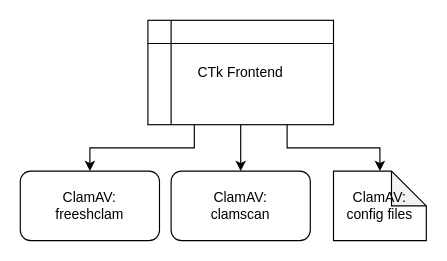
Earlier version of the draw.io diagram x_img/AVScanner.drawio (wrogner/AVScanner). Source tidied: cells renumbered, new cells numbered last; positions are measured from the earlier drawing's top-left corner, leaving out a move shared by most shapes. Both pictures are drawn from the tidied source at 116%, with x=0, y=0 at pixel (20, 20).
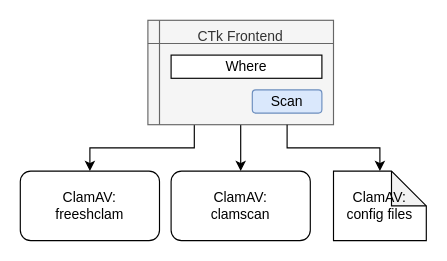
The same page after the edit.

The edit, as a diff of the source:
```diff
@@
 <mxGraphModel>
   <root>
     <mxCell id="0" />
     <mxCell id="1" parent="0" />
     <mxCell id="2" style="edgeStyle=orthogonalEdgeStyle;rounded=0;jettySize=auto;html=1;exitX=0.25;exitY=1;exitDx=0;exitDy=0;entryX=0.5;entryY=0;entryDx=0;entryDy=0;" parent="1" edge="1" source="4" target="6">
       <mxGeometry relative="1" as="geometry" />
     </mxCell>
     <mxCell id="3" style="edgeStyle=orthogonalEdgeStyle;rounded=0;jettySize=auto;html=1;exitX=0.5;exitY=1;exitDx=0;exitDy=0;entryX=0.5;entryY=0;entryDx=0;entryDy=0;" parent="1" edge="1" source="4" target="5">
       <mxGeometry relative="1" as="geometry" />
     </mxCell>
-    <mxCell id="4" value="CTk Frontend" style="shape=internalStorage;whiteSpace=wrap;html=1;backgroundOutline=1;" parent="1" vertex="1">
+    <mxCell id="4" value="CTk Frontend" style="shape=internalStorage;whiteSpace=wrap;html=1;backgroundOutline=1;dx=10;dy=20;verticalAlign=top;fillColor=#f5f5f5;fontColor=#333333;strokeColor=#666666;" parent="1" vertex="1">
       <mxGeometry x="110" width="160" height="90" as="geometry" />
     </mxCell>
     <mxCell id="5" value="ClamAV:&lt;br&gt;clamscan" style="rounded=1;whiteSpace=wrap;html=1;" parent="1" vertex="1">
       <mxGeometry x="130" y="130" width="120" height="60" as="geometry" />
     </mxCell>
     <mxCell id="6" value="ClamAV:&lt;br&gt;freeshclam" style="rounded=1;whiteSpace=wrap;html=1;" parent="1" vertex="1">
       <mxGeometry y="130" width="120" height="60" as="geometry" />
     </mxCell>
     <mxCell id="7" value="ClamAV:&lt;br&gt;config files" style="shape=note;whiteSpace=wrap;html=1;backgroundOutline=1;darkOpacity=0.05;" parent="1" vertex="1">
       <mxGeometry x="270" y="130" width="80" height="60" as="geometry" />
     </mxCell>
     <mxCell id="8" style="edgeStyle=orthogonalEdgeStyle;rounded=0;jettySize=auto;html=1;exitX=0.75;exitY=1;exitDx=0;exitDy=0;entryX=0.5;entryY=0;entryDx=0;entryDy=0;entryPerimeter=0;" parent="1" edge="1" source="4" target="7">
       <mxGeometry relative="1" as="geometry" />
     </mxCell>
+    <mxCell id="9" value="Scan" style="rounded=1;whiteSpace=wrap;html=1;fillColor=#dae8fc;strokeColor=#6c8ebf;" parent="1" vertex="1">
+      <mxGeometry x="200" y="60" width="60" height="20" as="geometry" />
+    </mxCell>
+    <mxCell id="10" value="Where" style="rounded=0;whiteSpace=wrap;html=1;" parent="1" vertex="1">
+      <mxGeometry x="130" y="30" width="130" height="20" as="geometry" />
+    </mxCell>
   </root>
 </mxGraphModel>
```
